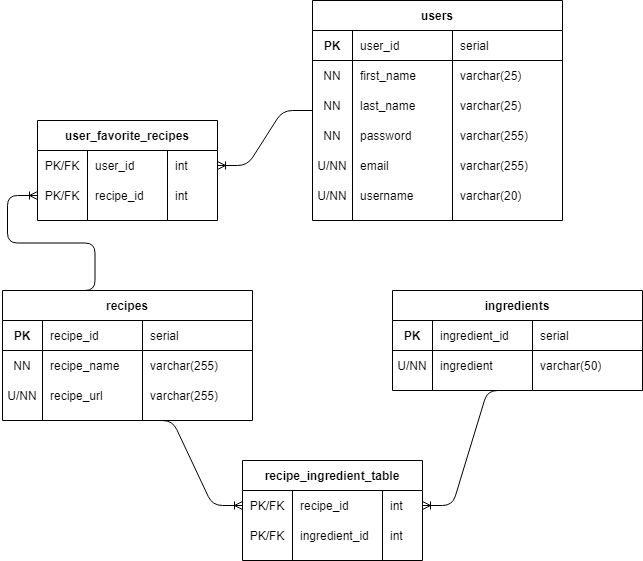
The draw.io diagram revised_project0_erd.png in 210426-java-react-enterprise/kevin_chang_p0, before a commit. Source tidied: cells renumbered, new cells last; positions are measured from the earlier drawing's top-left corner, leaving out a move shared by most shapes.
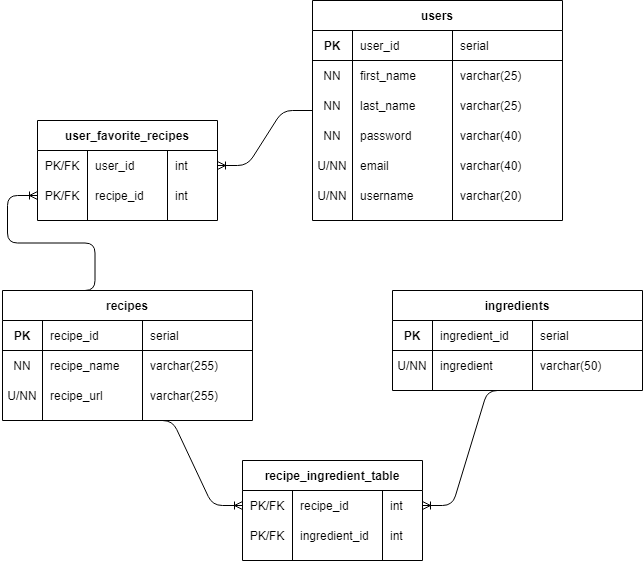
After the commit.

The edit, as a diff of the source:
```diff
@@ -50,7 +50,7 @@
     <mxCell id="17" value="password" style="shape=partialRectangle;fillColor=none;top=0;left=0;bottom=0;right=0;align=left;spacingLeft=6;overflow=hidden;" parent="15" vertex="1">
       <mxGeometry x="40" width="100" height="30" as="geometry" />
     </mxCell>
-    <mxCell id="18" value="varchar(255)" style="shape=partialRectangle;fillColor=none;top=0;left=0;bottom=0;right=0;align=left;spacingLeft=6;overflow=hidden;" parent="15" vertex="1">
+    <mxCell id="18" value="varchar(40)" style="shape=partialRectangle;fillColor=none;top=0;left=0;bottom=0;right=0;align=left;spacingLeft=6;overflow=hidden;" parent="15" vertex="1">
       <mxGeometry x="140" width="110" height="30" as="geometry" />
     </mxCell>
     <mxCell id="19" style="shape=partialRectangle;fillColor=none;top=0;left=0;bottom=0;right=0;" parent="2" vertex="1">
@@ -62,7 +62,7 @@
     <mxCell id="21" value="email" style="shape=partialRectangle;fillColor=none;top=0;left=0;bottom=0;right=0;align=left;spacingLeft=6;overflow=hidden;" parent="19" vertex="1">
       <mxGeometry x="40" width="100" height="30" as="geometry" />
     </mxCell>
-    <mxCell id="22" value="varchar(255)" style="shape=partialRectangle;fillColor=none;top=0;left=0;bottom=0;right=0;align=left;spacingLeft=6;overflow=hidden;" parent="19" vertex="1">
+    <mxCell id="22" value="varchar(40)" style="shape=partialRectangle;fillColor=none;top=0;left=0;bottom=0;right=0;align=left;spacingLeft=6;overflow=hidden;" parent="19" vertex="1">
       <mxGeometry x="140" width="110" height="30" as="geometry" />
     </mxCell>
     <mxCell id="23" style="shape=partialRectangle;fillColor=none;top=0;left=0;bottom=0;right=0;" parent="2" vertex="1">
```
